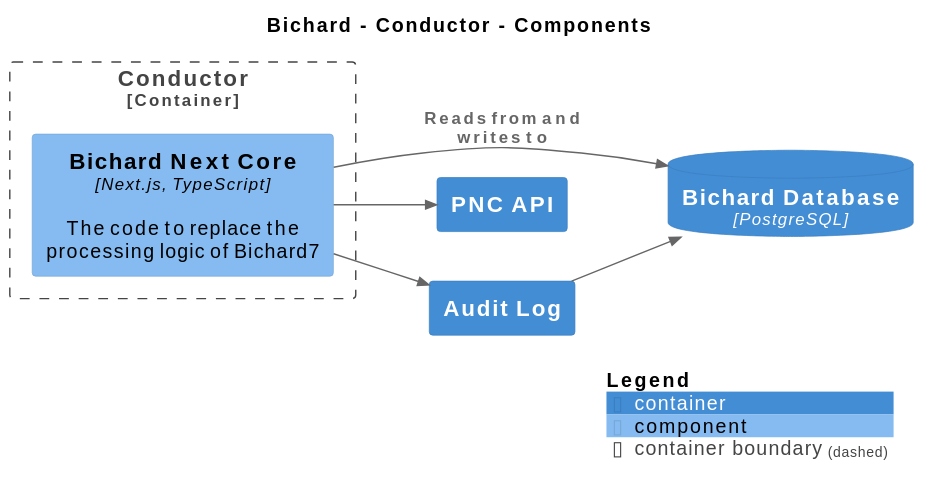
This is main/svg/Component-001.svg from ministryofjustice/bichard7-next-core, a PlantUML export, as it was before one commit. Its source is kept beside it as main/puml/Component-001.puml.
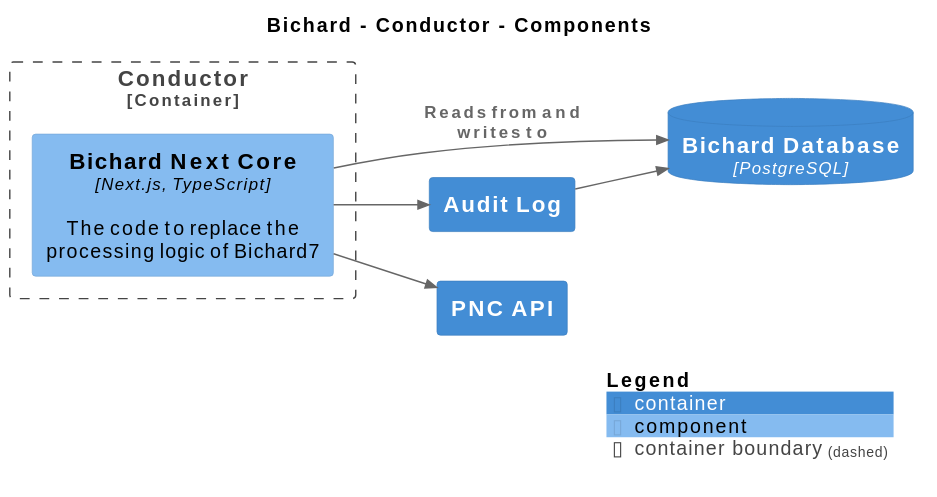
The same file after the commit.

Change to the diagram source:
```diff
@@ -10,8 +10,8 @@
 !include <C4/C4_Component>
 
 ContainerDb(Bichard.BichardDatabase, "Bichard Database", $techn="PostgreSQL", $descr="", $tags="", $link="")
+Container(Bichard.AuditLog, "Audit Log", $techn="", $descr="", $tags="", $link="")
 Container(Bichard.PNCAPI, "PNC API", $techn="", $descr="", $tags="", $link="")
-Container(Bichard.AuditLog, "Audit Log", $techn="", $descr="", $tags="", $link="")
 
 Container_Boundary("Bichard.Conductor_boundary", "Conductor", $tags="") {
   Component(Bichard.Conductor.BichardNextCore, "Bichard Next Core", $techn="Next.js, TypeScript", $descr="The code to replace the processing logic of Bichard7", $tags="", $link="")
```
